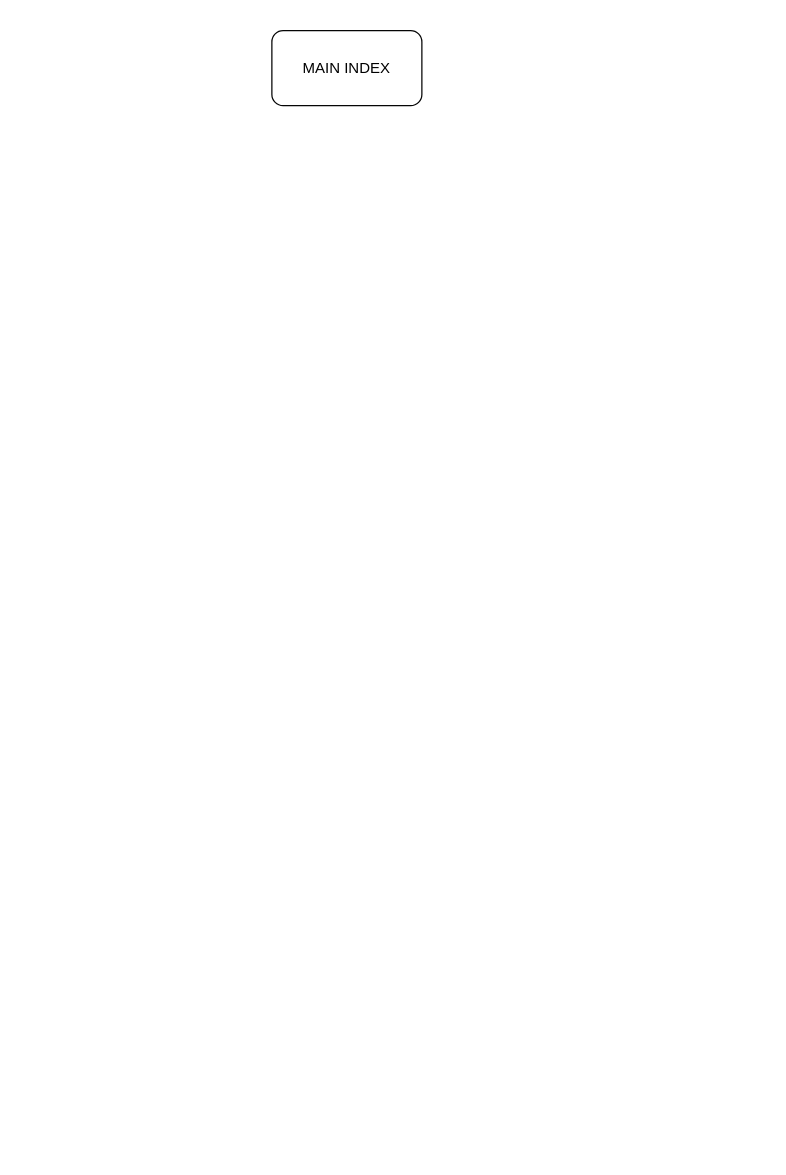
This is Untitled Diagram.drawio from Kreo141/Group1-302-JS, a draw.io file, before an edit. Source tidied: cells renumbered, new cells numbered last; positions are measured from the earlier drawing's top-left corner, leaving out a move shared by most shapes. Both pictures are drawn from the tidied source at 125%, with x=0, y=0 at pixel (271, 30).
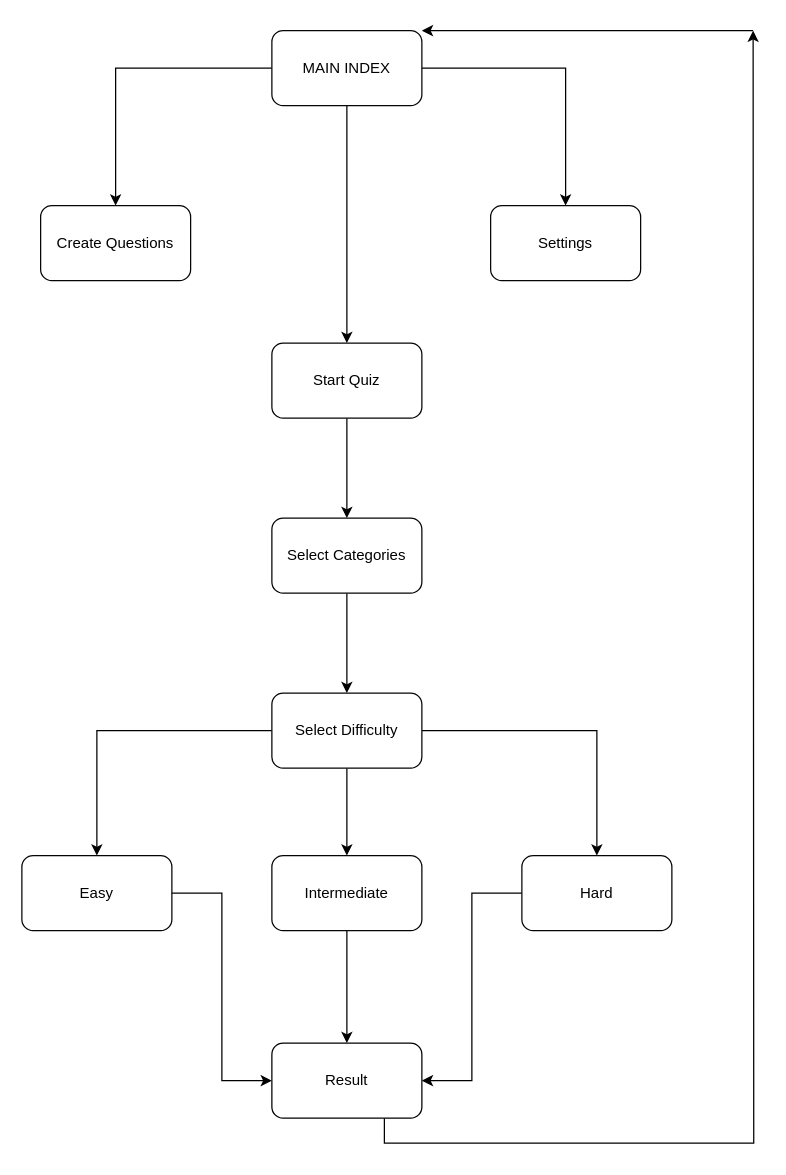
The same diagram, later.

The change refers to these unchanged cells:
```xml
<mxCell id="2" value="MAIN INDEX" style="rounded=1;whiteSpace=wrap;html=1;strokeColor=#050505;" parent="1" vertex="1">
  <mxGeometry width="120" height="60" as="geometry" />
</mxCell>
```

Diff of the diagram source:
```diff
@@
+    <mxCell id="3" style="edgeStyle=orthogonalEdgeStyle;rounded=0;jettySize=auto;html=1;" parent="1" edge="1" source="2" target="6">
+      <mxGeometry relative="1" as="geometry" />
+    </mxCell>
+    <mxCell id="4" style="edgeStyle=orthogonalEdgeStyle;rounded=0;jettySize=auto;html=1;" parent="1" edge="1" source="2" target="7">
+      <mxGeometry relative="1" as="geometry" />
+    </mxCell>
+    <mxCell id="5" style="edgeStyle=orthogonalEdgeStyle;rounded=0;jettySize=auto;html=1;" parent="1" edge="1" source="2" target="9">
+      <mxGeometry relative="1" as="geometry" />
+    </mxCell>
@@
+    <mxCell id="6" value="Create Questions" style="rounded=1;whiteSpace=wrap;html=1;strokeColor=#050505;" parent="1" vertex="1">
+      <mxGeometry x="-185" y="140" width="120" height="60" as="geometry" />
+    </mxCell>
+    <mxCell id="7" value="Settings" style="whiteSpace=wrap;html=1;strokeColor=#050505;rounded=1;" parent="1" vertex="1">
+      <mxGeometry x="175" y="140" width="120" height="60" as="geometry" />
+    </mxCell>
+    <mxCell id="8" style="edgeStyle=orthogonalEdgeStyle;rounded=0;jettySize=auto;html=1;" parent="1" edge="1" source="9" target="11">
+      <mxGeometry relative="1" as="geometry" />
+    </mxCell>
+    <mxCell id="9" value="Start Quiz" style="rounded=1;whiteSpace=wrap;html=1;strokeColor=#050505;" parent="1" vertex="1">
+      <mxGeometry y="250" width="120" height="60" as="geometry" />
+    </mxCell>
+    <mxCell id="10" style="edgeStyle=orthogonalEdgeStyle;rounded=0;jettySize=auto;html=1;" parent="1" edge="1" source="11" target="15">
+      <mxGeometry relative="1" as="geometry" />
+    </mxCell>
+    <mxCell id="11" value="Select Categories" style="rounded=1;whiteSpace=wrap;html=1;strokeColor=#050505;" parent="1" vertex="1">
+      <mxGeometry y="390" width="120" height="60" as="geometry" />
+    </mxCell>
+    <mxCell id="12" style="edgeStyle=orthogonalEdgeStyle;rounded=0;jettySize=auto;html=1;" parent="1" edge="1" source="15" target="17">
+      <mxGeometry relative="1" as="geometry" />
+    </mxCell>
+    <mxCell id="13" style="edgeStyle=orthogonalEdgeStyle;rounded=0;jettySize=auto;html=1;" parent="1" edge="1" source="15" target="19">
+      <mxGeometry relative="1" as="geometry" />
+    </mxCell>
+    <mxCell id="14" style="edgeStyle=orthogonalEdgeStyle;rounded=0;jettySize=auto;html=1;" parent="1" edge="1" source="15" target="21">
+      <mxGeometry relative="1" as="geometry" />
+    </mxCell>
+    <mxCell id="15" value="Select&amp;nbsp;&lt;span style=&quot;background-color: initial;&quot;&gt;Difficulty&lt;/span&gt;" style="rounded=1;whiteSpace=wrap;html=1;strokeColor=#050505;" parent="1" vertex="1">
+      <mxGeometry y="530" width="120" height="60" as="geometry" />
+    </mxCell>
+    <mxCell id="16" style="edgeStyle=orthogonalEdgeStyle;rounded=0;jettySize=auto;html=1;" parent="1" edge="1" source="17" target="23">
+      <mxGeometry relative="1" as="geometry" />
+    </mxCell>
+    <mxCell id="17" value="Intermediate" style="rounded=1;whiteSpace=wrap;html=1;strokeColor=#050505;" parent="1" vertex="1">
+      <mxGeometry y="660" width="120" height="60" as="geometry" />
+    </mxCell>
+    <mxCell id="18" style="edgeStyle=orthogonalEdgeStyle;rounded=0;jettySize=auto;html=1;entryX=0;entryY=0.5;entryDx=0;entryDy=0;" parent="1" edge="1" source="19" target="23">
+      <mxGeometry relative="1" as="geometry" />
+    </mxCell>
+    <mxCell id="19" value="Easy" style="rounded=1;whiteSpace=wrap;html=1;strokeColor=#050505;" parent="1" vertex="1">
+      <mxGeometry x="-200" y="660" width="120" height="60" as="geometry" />
+    </mxCell>
+    <mxCell id="20" style="edgeStyle=orthogonalEdgeStyle;rounded=0;jettySize=auto;html=1;entryX=1;entryY=0.5;entryDx=0;entryDy=0;" parent="1" edge="1" source="21" target="23">
+      <mxGeometry relative="1" as="geometry" />
+    </mxCell>
+    <mxCell id="21" value="Hard" style="rounded=1;whiteSpace=wrap;html=1;strokeColor=#050505;" parent="1" vertex="1">
+      <mxGeometry x="200" y="660" width="120" height="60" as="geometry" />
+    </mxCell>
+    <mxCell id="22" style="edgeStyle=orthogonalEdgeStyle;rounded=0;jettySize=auto;html=1;exitX=0.75;exitY=1;exitDx=0;exitDy=0;" parent="1" edge="1" source="23">
+      <mxGeometry relative="1" as="geometry">
+        <mxPoint x="385" as="targetPoint" />
+      </mxGeometry>
+    </mxCell>
+    <mxCell id="23" value="Result" style="rounded=1;whiteSpace=wrap;html=1;" parent="1" vertex="1">
+      <mxGeometry y="810" width="120" height="60" as="geometry" />
+    </mxCell>
+    <mxCell id="24" style="endArrow=classic;html=1;rounded=0;entryX=1;entryY=0;entryDx=0;entryDy=0;" parent="1" edge="1" target="2">
+      <mxGeometry relative="1" as="geometry">
+        <mxPoint x="385" as="sourcePoint" />
+      </mxGeometry>
+    </mxCell>
```
